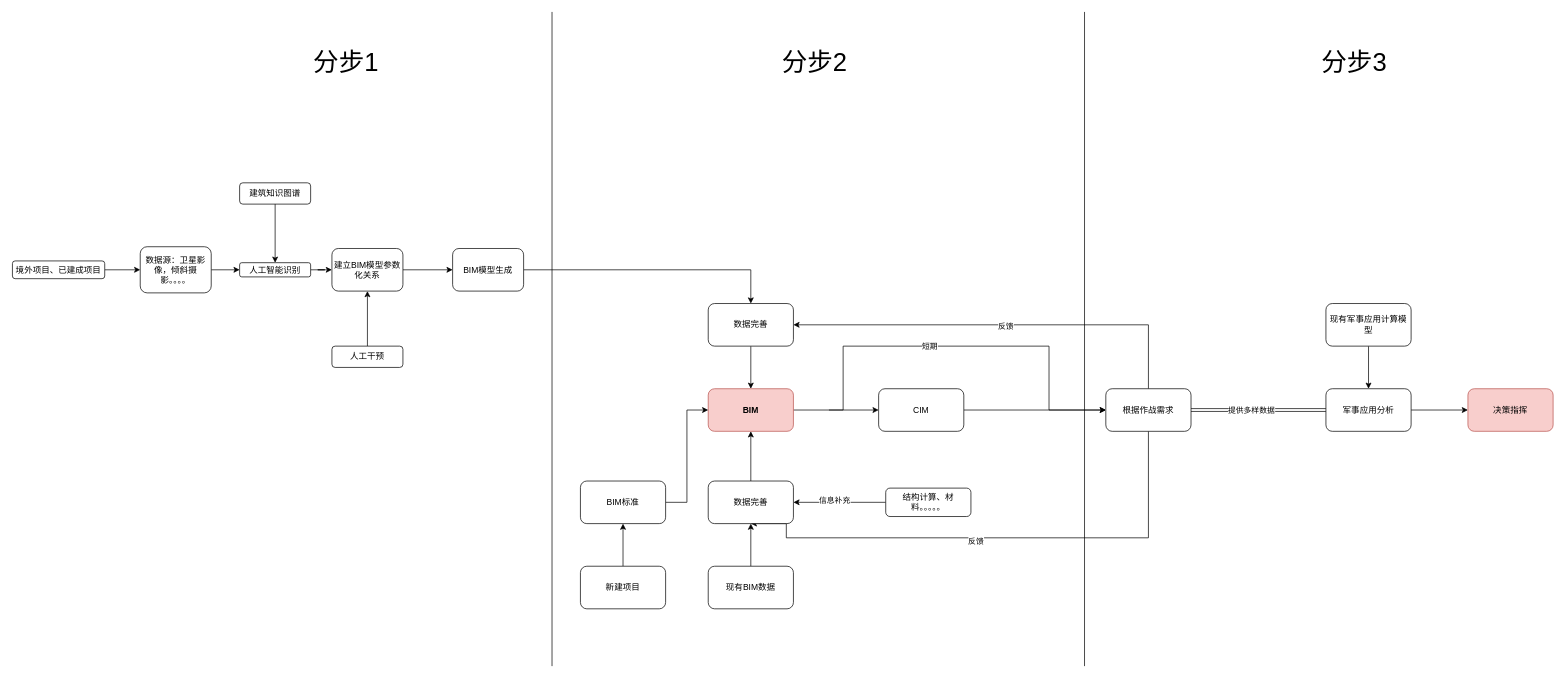
Above: BuildingSurfaceToBIM.drawio in gaochaowyq/MinderGraph (draw.io), before the change. Source tidied: cells renumbered, new cells numbered last; positions are measured from the earlier drawing's top-left corner, leaving out a move shared by most shapes. Both pictures are drawn from the tidied source at 71%, with x=0, y=0 at pixel (12, 12).
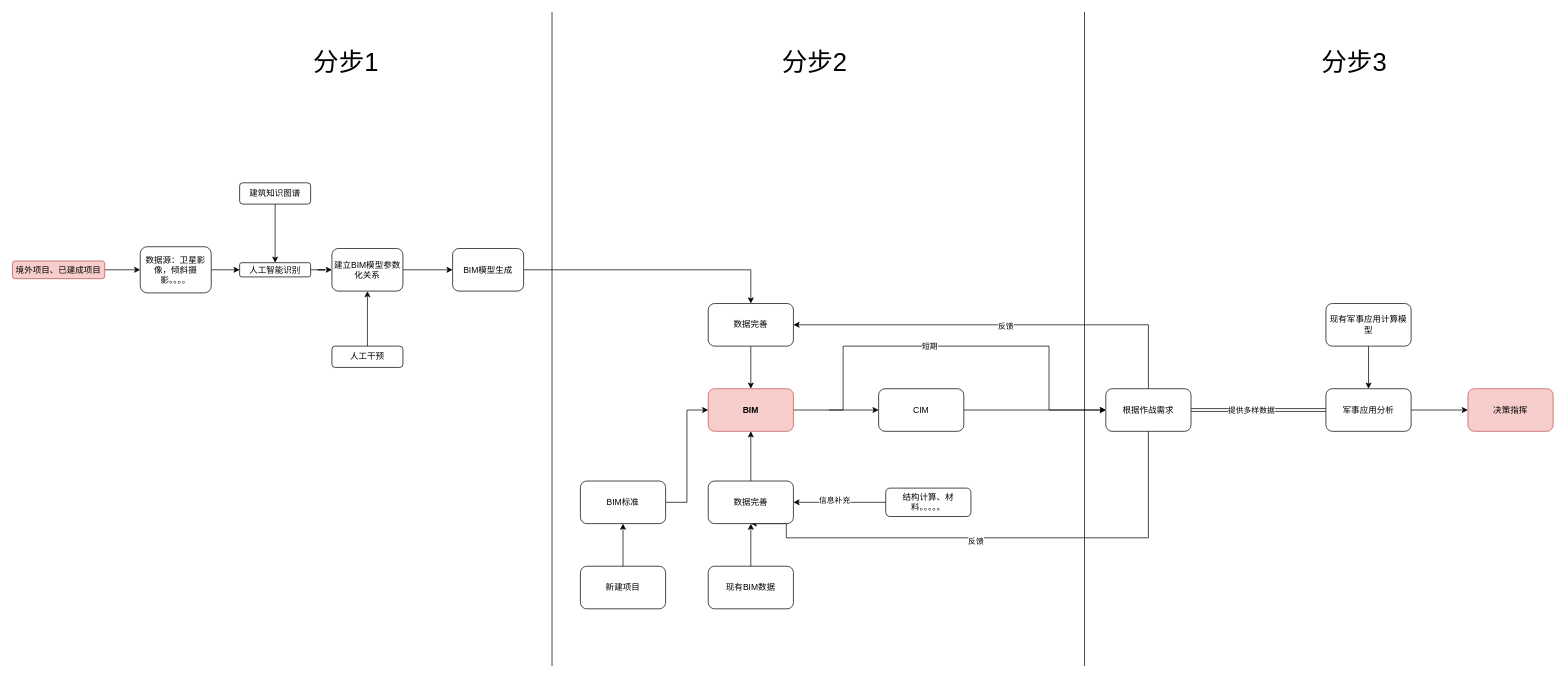
Above is the later version.

Diff of the diagram source:
```diff
@@
-    <mxCell id="34" value="境外项目、已建成项目" style="rounded=1;whiteSpace=wrap;html=1;" parent="1" vertex="1">
+    <mxCell id="34" value="境外项目、已建成项目" style="rounded=1;whiteSpace=wrap;html=1;fillColor=#f8cecc;strokeColor=#b85450;" parent="1" vertex="1">
       <mxGeometry y="350" width="130" height="25" as="geometry" />
     </mxCell>
```
